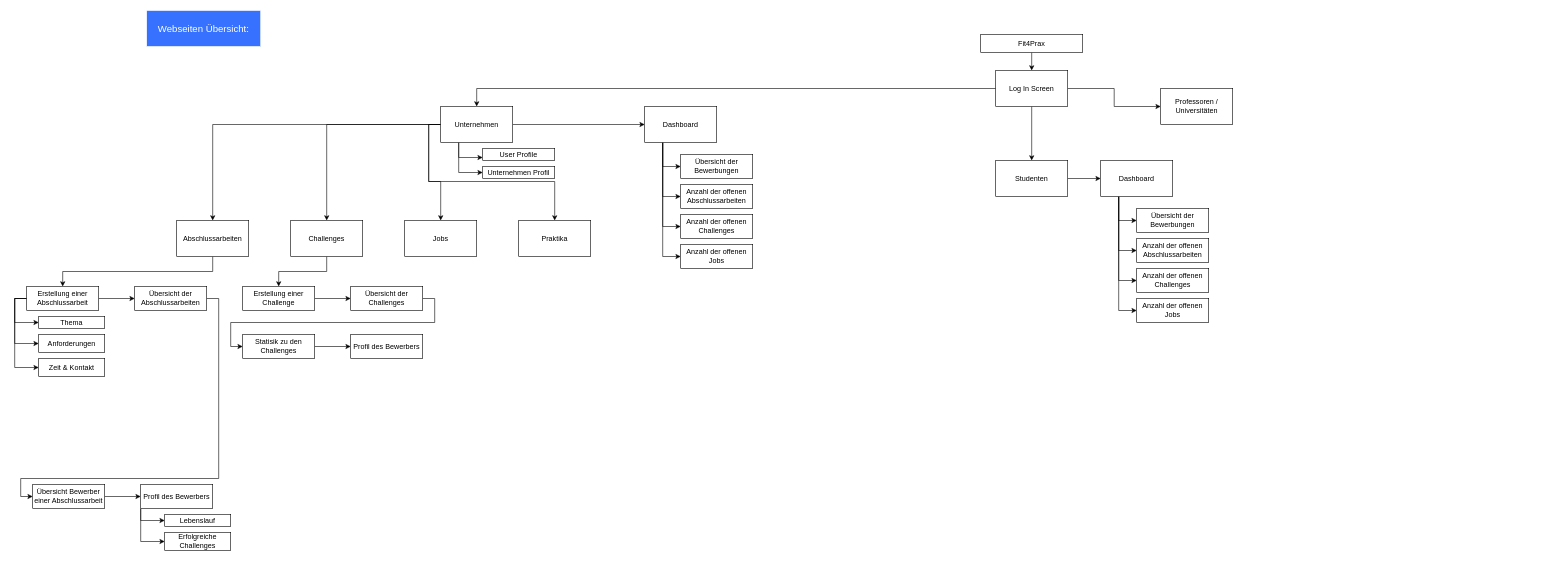
Earlier version of the draw.io diagram Untitled Diagram.drawio (Stephan187/Tests). Source tidied: cells renumbered, new cells numbered last; positions are measured from the earlier drawing's top-left corner, leaving out a move shared by most shapes. Both pictures are drawn from the tidied source at 60%, with x=0, y=0 at pixel (20, 10).
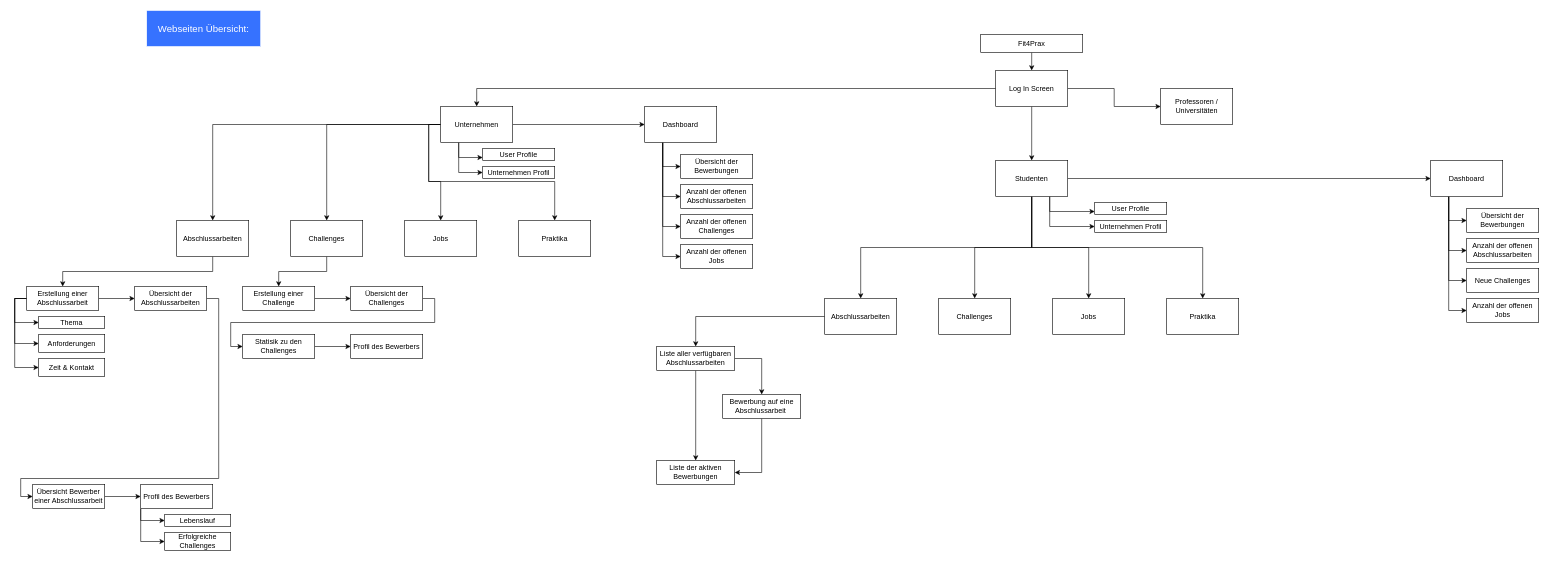
The same diagram, later.

Commit message:
Fit4Prax - Webseitenübersicht

Unchanged cells that the change refers to:
```xml
<mxCell id="17" value="Studenten" style="rounded=0;whiteSpace=wrap;html=1;" parent="1" vertex="1">
  <mxGeometry x="1625" y="250" width="120" height="60" as="geometry" />
</mxCell>
```

What changed in the source:
```diff
@@
+    <mxCell id="70" style="edgeStyle=orthogonalEdgeStyle;rounded=0;jettySize=auto;html=1;exitX=0.75;exitY=1;exitDx=0;exitDy=0;entryX=0;entryY=0.75;entryDx=0;entryDy=0;" parent="1" edge="1" source="17" target="76">
+      <mxGeometry relative="1" as="geometry" />
+    </mxCell>
+    <mxCell id="71" style="edgeStyle=orthogonalEdgeStyle;rounded=0;jettySize=auto;html=1;exitX=0.75;exitY=1;exitDx=0;exitDy=0;entryX=0;entryY=0.5;entryDx=0;entryDy=0;" parent="1" edge="1" source="17" target="77">
+      <mxGeometry relative="1" as="geometry" />
+    </mxCell>
+    <mxCell id="72" style="edgeStyle=orthogonalEdgeStyle;rounded=0;jettySize=auto;html=1;exitX=0.5;exitY=1;exitDx=0;exitDy=0;entryX=0.5;entryY=0;entryDx=0;entryDy=0;" parent="1" edge="1" source="17" target="79">
+      <mxGeometry relative="1" as="geometry" />
+    </mxCell>
+    <mxCell id="73" style="edgeStyle=orthogonalEdgeStyle;rounded=0;jettySize=auto;html=1;exitX=0.5;exitY=1;exitDx=0;exitDy=0;entryX=0.5;entryY=0;entryDx=0;entryDy=0;" parent="1" edge="1" source="17" target="80">
+      <mxGeometry relative="1" as="geometry" />
+    </mxCell>
+    <mxCell id="74" style="edgeStyle=orthogonalEdgeStyle;rounded=0;jettySize=auto;html=1;exitX=0.5;exitY=1;exitDx=0;exitDy=0;entryX=0.5;entryY=0;entryDx=0;entryDy=0;" parent="1" edge="1" source="17" target="82">
+      <mxGeometry relative="1" as="geometry" />
+    </mxCell>
+    <mxCell id="75" style="edgeStyle=orthogonalEdgeStyle;rounded=0;jettySize=auto;html=1;exitX=0.5;exitY=1;exitDx=0;exitDy=0;" parent="1" edge="1" source="17" target="81">
+      <mxGeometry relative="1" as="geometry" />
+    </mxCell>
@@
     <mxCell id="65" value="Dashboard" style="rounded=0;whiteSpace=wrap;html=1;" parent="1" vertex="1">
-      <mxGeometry x="1800" y="250" width="120" height="60" as="geometry" />
+      <mxGeometry x="2350" y="250" width="120" height="60" as="geometry" />
     </mxCell>
     <mxCell id="66" value="Übersicht der Bewerbungen" style="rounded=0;whiteSpace=wrap;html=1;" parent="1" vertex="1">
-      <mxGeometry x="1860" y="330" width="120" height="40" as="geometry" />
+      <mxGeometry x="2410" y="330" width="120" height="40" as="geometry" />
     </mxCell>
     <mxCell id="67" value="Anzahl der offenen Abschlussarbeiten" style="rounded=0;whiteSpace=wrap;html=1;" parent="1" vertex="1">
-      <mxGeometry x="1860" y="380" width="120" height="40" as="geometry" />
+      <mxGeometry x="2410" y="380" width="120" height="40" as="geometry" />
     </mxCell>
-    <mxCell id="68" value="Anzahl der offenen Challenges" style="rounded=0;whiteSpace=wrap;html=1;" parent="1" vertex="1">
-      <mxGeometry x="1860" y="430" width="120" height="40" as="geometry" />
+    <mxCell id="68" value="Neue Challenges" style="rounded=0;whiteSpace=wrap;html=1;" parent="1" vertex="1">
+      <mxGeometry x="2410" y="430" width="120" height="40" as="geometry" />
     </mxCell>
     <mxCell id="69" value="Anzahl der offenen Jobs" style="rounded=0;whiteSpace=wrap;html=1;" parent="1" vertex="1">
-      <mxGeometry x="1860" y="480" width="120" height="40" as="geometry" />
+      <mxGeometry x="2410" y="480" width="120" height="40" as="geometry" />
     </mxCell>
+    <mxCell id="76" value="User Profile" style="rounded=0;whiteSpace=wrap;html=1;" parent="1" vertex="1">
+      <mxGeometry x="1790" y="320" width="120" height="20" as="geometry" />
+    </mxCell>
+    <mxCell id="77" value="Unternehmen Profil" style="rounded=0;whiteSpace=wrap;html=1;" parent="1" vertex="1">
+      <mxGeometry x="1790" y="350" width="120" height="20" as="geometry" />
+    </mxCell>
+    <mxCell id="78" style="edgeStyle=orthogonalEdgeStyle;rounded=0;jettySize=auto;html=1;exitX=0;exitY=0.5;exitDx=0;exitDy=0;entryX=0.5;entryY=0;entryDx=0;entryDy=0;" parent="1" edge="1" source="79" target="85">
+      <mxGeometry relative="1" as="geometry" />
+    </mxCell>
+    <mxCell id="79" value="Abschlussarbeiten" style="rounded=0;whiteSpace=wrap;html=1;" parent="1" vertex="1">
+      <mxGeometry x="1340" y="480" width="120" height="60" as="geometry" />
+    </mxCell>
+    <mxCell id="80" value="Challenges" style="rounded=0;whiteSpace=wrap;html=1;" parent="1" vertex="1">
+      <mxGeometry x="1530" y="480" width="120" height="60" as="geometry" />
+    </mxCell>
+    <mxCell id="81" value="Praktika" style="rounded=0;whiteSpace=wrap;html=1;" parent="1" vertex="1">
+      <mxGeometry x="1910" y="480" width="120" height="60" as="geometry" />
+    </mxCell>
+    <mxCell id="82" value="Jobs" style="rounded=0;whiteSpace=wrap;html=1;" parent="1" vertex="1">
+      <mxGeometry x="1720" y="480" width="120" height="60" as="geometry" />
+    </mxCell>
+    <mxCell id="83" style="edgeStyle=orthogonalEdgeStyle;rounded=0;jettySize=auto;html=1;exitX=0.5;exitY=1;exitDx=0;exitDy=0;" parent="1" edge="1" source="85" target="86">
+      <mxGeometry relative="1" as="geometry" />
+    </mxCell>
+    <mxCell id="84" style="edgeStyle=orthogonalEdgeStyle;rounded=0;jettySize=auto;html=1;exitX=1;exitY=0.5;exitDx=0;exitDy=0;" parent="1" edge="1" source="85" target="88">
+      <mxGeometry relative="1" as="geometry" />
+    </mxCell>
+    <mxCell id="85" value="Liste aller verfügbaren Abschlussarbeiten" style="rounded=0;whiteSpace=wrap;html=1;" parent="1" vertex="1">
+      <mxGeometry x="1060" y="560" width="130" height="40" as="geometry" />
+    </mxCell>
+    <mxCell id="86" value="Liste der aktiven Bewerbungen" style="rounded=0;whiteSpace=wrap;html=1;" parent="1" vertex="1">
+      <mxGeometry x="1060" y="750" width="130" height="40" as="geometry" />
+    </mxCell>
+    <mxCell id="87" style="edgeStyle=orthogonalEdgeStyle;rounded=0;jettySize=auto;html=1;exitX=0.5;exitY=1;exitDx=0;exitDy=0;entryX=1;entryY=0.5;entryDx=0;entryDy=0;" parent="1" edge="1" source="88" target="86">
+      <mxGeometry relative="1" as="geometry" />
+    </mxCell>
+    <mxCell id="88" value="Bewerbung auf eine Abschlussarbeit&amp;nbsp;" style="rounded=0;whiteSpace=wrap;html=1;" parent="1" vertex="1">
+      <mxGeometry x="1170" y="640" width="130" height="40" as="geometry" />
+    </mxCell>
```
